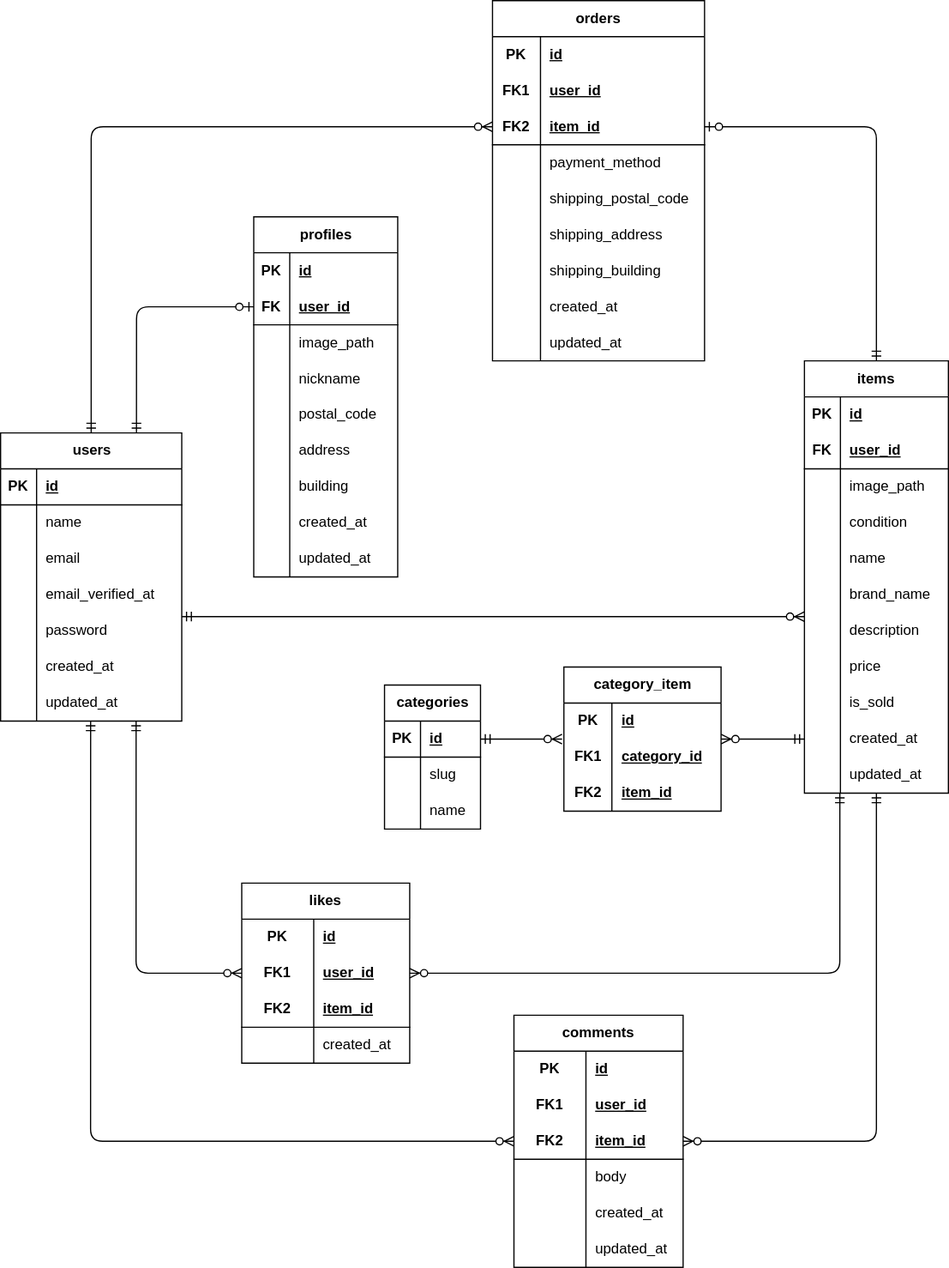
Before: database-design.drawio.svg, a diagram exported from draw.io (sangwon-lee302/flea-market). Source tidied: cells renumbered, new cells last; positions are measured from the earlier drawing's top-left corner, leaving out a move shared by most shapes.
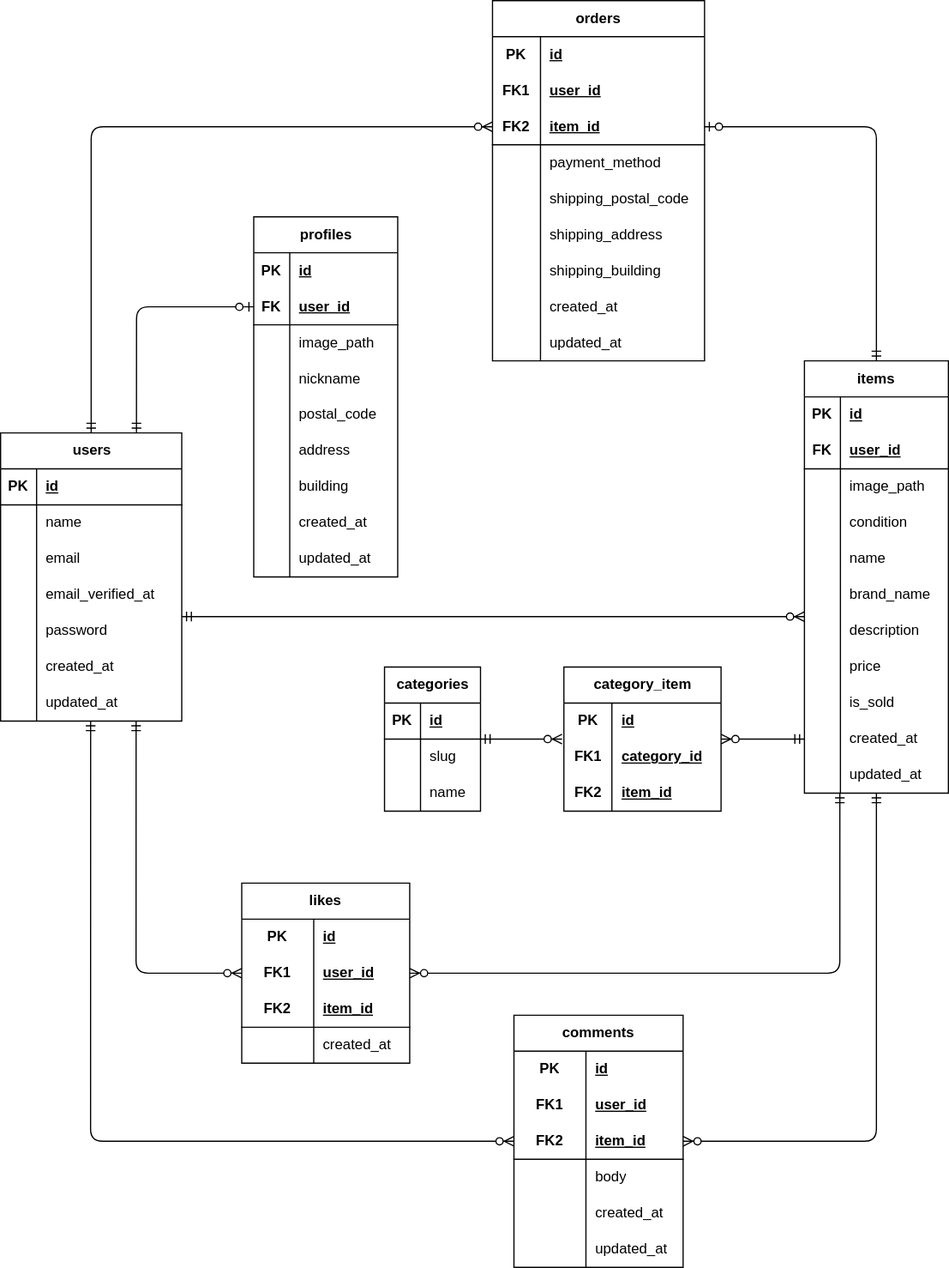
After the commit.

The edit, as a diff of the source:
```diff
@@ -69,7 +69,7 @@
       <mxGeometry x="30" width="121" height="30" as="geometry" />
     </mxCell>
     <mxCell id="24" value="categories" style="shape=table;startSize=30;rowLines=0;fontStyle=1;align=center;html=1;" parent="1" vertex="1">
-      <mxGeometry x="320" y="570" width="80" height="120" as="geometry" />
+      <mxGeometry x="320" y="555" width="80" height="120" as="geometry" />
     </mxCell>
     <mxCell id="25" style="shape=tableRow;horizontal=0;startSize=0;swimlaneHead=0;swimlaneBody=0;fillColor=none;points=[[0,0.5],[1,0.5]];portConstraint=eastwest;top=0;left=0;right=0;bottom=1;" parent="24" vertex="1">
       <mxGeometry y="30" width="80" height="30" as="geometry" />
@@ -425,7 +425,7 @@
     <mxCell id="142" style="edgeStyle=orthogonalEdgeStyle;fontSize=12;html=1;endArrow=ERzeroToMany;startArrow=ERmandOne;entryX=0;entryY=0.5;entryDx=0;entryDy=0;exitX=0.5;exitY=0;exitDx=0;exitDy=0;" parent="1" edge="1" source="2" target="121">
       <mxGeometry relative="1" as="geometry" />
     </mxCell>
-    <mxCell id="143" style="fontSize=12;html=1;endArrow=ERzeroToMany;startArrow=ERmandOne;exitX=1;exitY=0.5;exitDx=0;exitDy=0;edgeStyle=orthogonalEdgeStyle;" parent="1" edge="1" source="25">
+    <mxCell id="143" style="fontSize=12;html=1;endArrow=ERzeroToMany;startArrow=ERmandOne;exitX=1;exitY=0;exitDx=0;exitDy=0;exitPerimeter=0;" parent="1" edge="1" source="28">
       <mxGeometry relative="1" as="geometry">
         <mxPoint x="468" y="615" as="targetPoint" />
       </mxGeometry>
@@ -517,7 +517,7 @@
     <mxCell id="172" style="edgeStyle=orthogonalEdgeStyle;fontSize=12;html=1;endArrow=ERzeroToOne;startArrow=ERmandOne;exitX=0.75;exitY=0;exitDx=0;exitDy=0;entryX=0;entryY=0.5;entryDx=0;entryDy=0;" parent="1" edge="1" source="2" target="148">
       <mxGeometry relative="1" as="geometry" />
     </mxCell>
-    <mxCell id="173" style="edgeStyle=entityRelationEdgeStyle;fontSize=12;html=1;endArrow=ERzeroToMany;startArrow=ERmandOne;exitX=0;exitY=0.5;exitDx=0;exitDy=0;entryX=1;entryY=1;entryDx=0;entryDy=0;entryPerimeter=0;" parent="1" edge="1" source="62" target="69">
+    <mxCell id="173" style="fontSize=12;html=1;endArrow=ERzeroToMany;startArrow=ERmandOne;exitX=0;exitY=0.5;exitDx=0;exitDy=0;entryX=1;entryY=1;entryDx=0;entryDy=0;entryPerimeter=0;" parent="1" edge="1" source="62" target="69">
       <mxGeometry relative="1" as="geometry" />
     </mxCell>
     <mxCell id="174" style="edgeStyle=entityRelationEdgeStyle;fontSize=12;html=1;endArrow=ERzeroToMany;startArrow=ERmandOne;exitX=1;exitY=0.5;exitDx=0;exitDy=0;entryX=0;entryY=0.5;entryDx=0;entryDy=0;" parent="1" edge="1">
```
